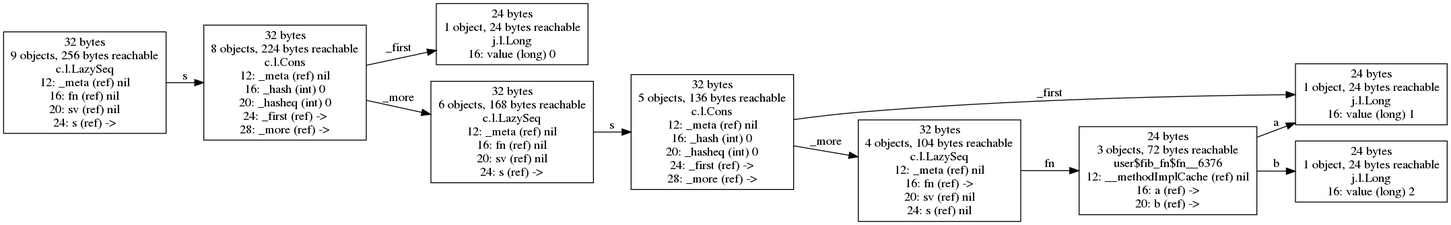
Earlier version of the Graphviz export doc/images/lazy-fib-seq-realized2.png (jafingerhut/cljol). Its source is kept beside it as doc/images/lazy-fib-seq-realized2.dot. The source it was exported from:
```dot
digraph {
graph [layout=dot,rankdir=LR];
"26106721920" [label="24 bytes
1 object, 24 bytes reachable
j.l.Long
16: value (long) 0",shape=box];
"26124227456" [label="32 bytes
9 objects, 256 bytes reachable
c.l.LazySeq
12: _meta (ref) nil
16: fn (ref) nil
20: sv (ref) nil
24: s (ref) ->",shape=box];
"26102850176" [label="24 bytes
1 object, 24 bytes reachable
j.l.Long
16: value (long) 1",shape=box];
"31713887808" [label="32 bytes
6 objects, 168 bytes reachable
c.l.LazySeq
12: _meta (ref) nil
16: fn (ref) nil
20: sv (ref) nil
24: s (ref) ->",shape=box];
"31713888256" [label="32 bytes
8 objects, 224 bytes reachable
c.l.Cons
12: _meta (ref) nil
16: _hash (int) 0
20: _hasheq (int) 0
24: _first (ref) ->
28: _more (ref) ->",shape=box];
"31809817088" [label="24 bytes
3 objects, 72 bytes reachable
user$fib_fn$fn__6376
12: __methodImplCache (ref) nil
16: a (ref) ->
20: b (ref) ->",shape=box];
"31809816832" [label="32 bytes
4 objects, 104 bytes reachable
c.l.LazySeq
12: _meta (ref) nil
16: fn (ref) ->
20: sv (ref) nil
24: s (ref) nil",shape=box];
"31809817280" [label="32 bytes
5 objects, 136 bytes reachable
c.l.Cons
12: _meta (ref) nil
16: _hash (int) 0
20: _hasheq (int) 0
24: _first (ref) ->
28: _more (ref) ->",shape=box];
"26102849984" [label="24 bytes
1 object, 24 bytes reachable
j.l.Long
16: value (long) 2",shape=box];
"26124227456" -> "31713888256" ["field-name"=s,label=s];
"31713887808" -> "31809817280" ["field-name"=s,label=s];
"31713888256" -> "26106721920" ["field-name"=_first,label=_first];
"31713888256" -> "31713887808" ["field-name"=_more,label=_more];
"31809817088" -> "26102850176" ["field-name"=a,label=a];
"31809817088" -> "26102849984" ["field-name"=b,label=b];
"31809816832" -> "31809817088" ["field-name"=fn,label=fn];
"31809817280" -> "26102850176" ["field-name"=_first,label=_first];
"31809817280" -> "31809816832" ["field-name"=_more,label=_more];
}
```
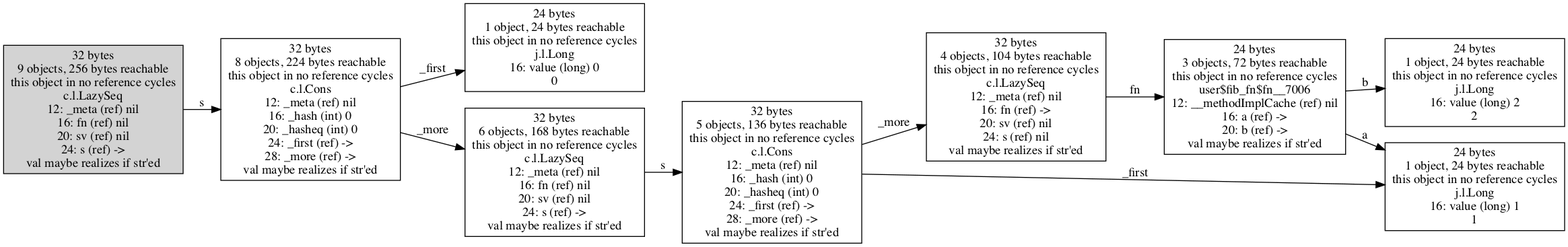
The same file after the commit.

The edit, as a diff of the source:
```diff
@@ -1,67 +1,85 @@
 digraph {
 graph [layout=dot,rankdir=LR];
-"26106721920" [label="24 bytes
+"28991464632" ["scc-num-nodes"=1,label="24 bytes
 1 object, 24 bytes reachable
+this object in no reference cycles
 j.l.Long
-16: value (long) 0",shape=box];
-"26124227456" [label="32 bytes
+16: value (long) 2
+2",shape=box];
+"28991406664" ["scc-num-nodes"=1,label="24 bytes
+1 object, 24 bytes reachable
+this object in no reference cycles
+j.l.Long
+16: value (long) 0
+0",shape=box];
+"32138488696" ["scc-num-nodes"=1,label="32 bytes
+4 objects, 104 bytes reachable
+this object in no reference cycles
+c.l.LazySeq
+12: _meta (ref) nil
+16: fn (ref) ->
+20: sv (ref) nil
+24: s (ref) nil
+val maybe realizes if str'ed",shape=box];
+"28991464656" ["scc-num-nodes"=1,label="24 bytes
+1 object, 24 bytes reachable
+this object in no reference cycles
+j.l.Long
+16: value (long) 1
+1",shape=box];
+"32024788488" ["scc-num-nodes"=1,style=filled,label="32 bytes
 9 objects, 256 bytes reachable
+this object in no reference cycles
 c.l.LazySeq
 12: _meta (ref) nil
 16: fn (ref) nil
 20: sv (ref) nil
-24: s (ref) ->",shape=box];
-"26102850176" [label="24 bytes
-1 object, 24 bytes reachable
-j.l.Long
-16: value (long) 1",shape=box];
-"31713887808" [label="32 bytes
-6 objects, 168 bytes reachable
-c.l.LazySeq
-12: _meta (ref) nil
-16: fn (ref) nil
-20: sv (ref) nil
-24: s (ref) ->",shape=box];
-"31713888256" [label="32 bytes
+24: s (ref) ->
+val maybe realizes if str'ed",shape=box];
+"32025552152" ["scc-num-nodes"=1,label="32 bytes
 8 objects, 224 bytes reachable
+this object in no reference cycles
 c.l.Cons
 12: _meta (ref) nil
 16: _hash (int) 0
 20: _hasheq (int) 0
 24: _first (ref) ->
-28: _more (ref) ->",shape=box];
-"31809817088" [label="24 bytes
+28: _more (ref) ->
+val maybe realizes if str'ed",shape=box];
+"32138488728" ["scc-num-nodes"=1,label="24 bytes
 3 objects, 72 bytes reachable
-user$fib_fn$fn__6376
+this object in no reference cycles
+user$fib_fn$fn__7006
 12: __methodImplCache (ref) nil
 16: a (ref) ->
-20: b (ref) ->",shape=box];
-"31809816832" [label="32 bytes
-4 objects, 104 bytes reachable
-c.l.LazySeq
-12: _meta (ref) nil
-16: fn (ref) ->
-20: sv (ref) nil
-24: s (ref) nil",shape=box];
-"31809817280" [label="32 bytes
+20: b (ref) ->
+val maybe realizes if str'ed",shape=box];
+"32138488752" ["scc-num-nodes"=1,label="32 bytes
 5 objects, 136 bytes reachable
+this object in no reference cycles
 c.l.Cons
 12: _meta (ref) nil
 16: _hash (int) 0
 20: _hasheq (int) 0
 24: _first (ref) ->
-28: _more (ref) ->",shape=box];
-"26102849984" [label="24 bytes
-1 object, 24 bytes reachable
-j.l.Long
-16: value (long) 2",shape=box];
-"26124227456" -> "31713888256" ["field-name"=s,label=s];
-"31713887808" -> "31809817280" ["field-name"=s,label=s];
-"31713888256" -> "26106721920" ["field-name"=_first,label=_first];
-"31713888256" -> "31713887808" ["field-name"=_more,label=_more];
-"31809817088" -> "26102850176" ["field-name"=a,label=a];
-"31809817088" -> "26102849984" ["field-name"=b,label=b];
-"31809816832" -> "31809817088" ["field-name"=fn,label=fn];
-"31809817280" -> "26102850176" ["field-name"=_first,label=_first];
-"31809817280" -> "31809816832" ["field-name"=_more,label=_more];
+28: _more (ref) ->
+val maybe realizes if str'ed",shape=box];
+"32025552096" ["scc-num-nodes"=1,label="32 bytes
+6 objects, 168 bytes reachable
+this object in no reference cycles
+c.l.LazySeq
+12: _meta (ref) nil
+16: fn (ref) nil
+20: sv (ref) nil
+24: s (ref) ->
+val maybe realizes if str'ed",shape=box];
+"32138488696" -> "32138488728" ["field-name"=fn,label=fn];
+"32024788488" -> "32025552152" ["field-name"=s,label=s];
+"32025552152" -> "28991406664" ["field-name"=_first,label=_first];
+"32025552152" -> "32025552096" ["field-name"=_more,label=_more];
+"32138488728" -> "28991464656" ["field-name"=a,label=a];
+"32138488728" -> "28991464632" ["field-name"=b,label=b];
+"32138488752" -> "28991464656" ["field-name"=_first,label=_first];
+"32138488752" -> "32138488696" ["field-name"=_more,label=_more];
+"32025552096" -> "32138488752" ["field-name"=s,label=s];
 }
```
